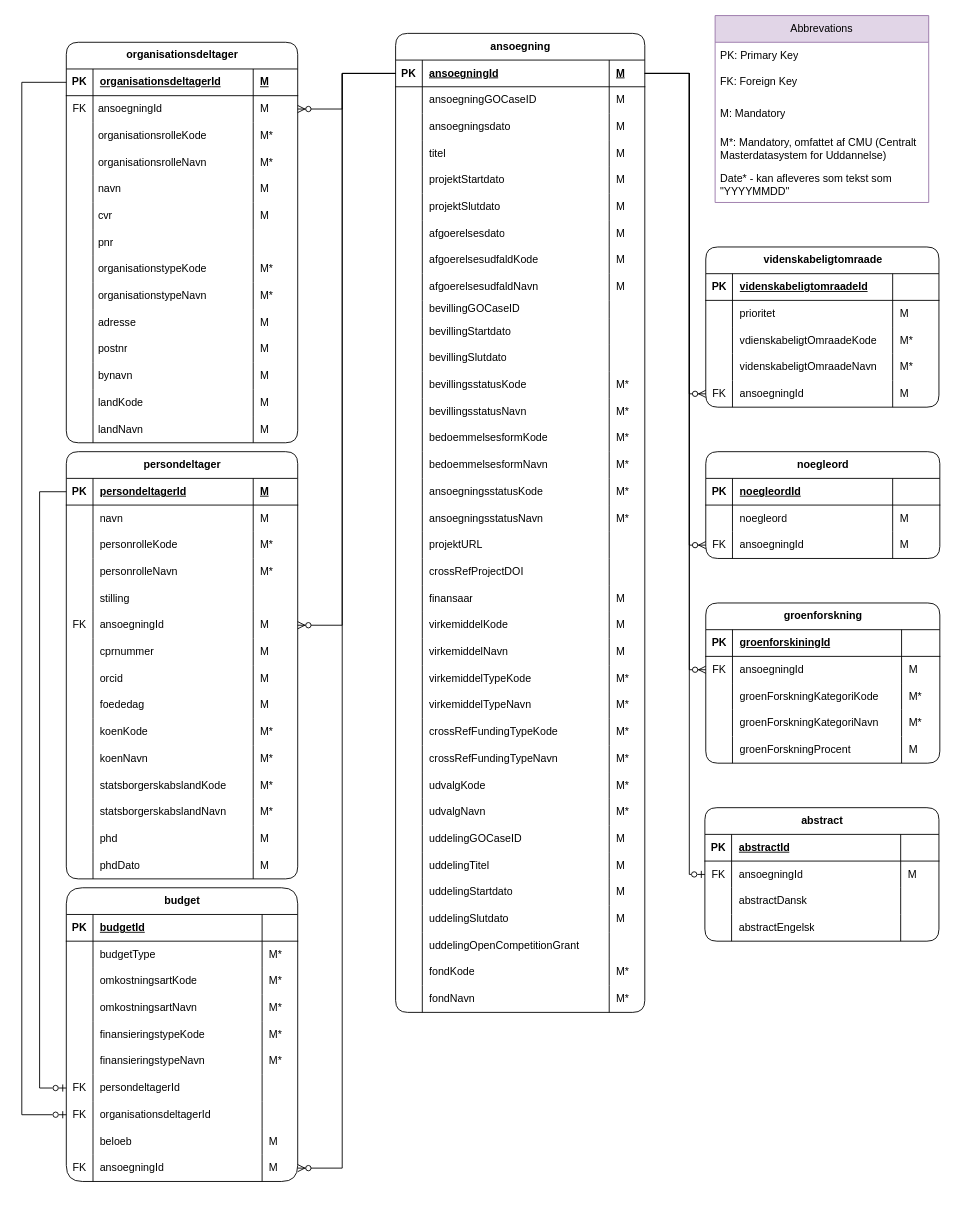
The draw.io diagram page "NY Raw" (4 of 5) of Grants model.drawio in thomas-lange-dk/Grants, before the edit. Source tidied: cells renumbered, new cells numbered last; positions are measured from the earlier drawing's top-left corner, leaving out a move shared by most shapes. Both pictures are drawn from the tidied source at 89%, with x=0, y=0 at pixel (21, 15).
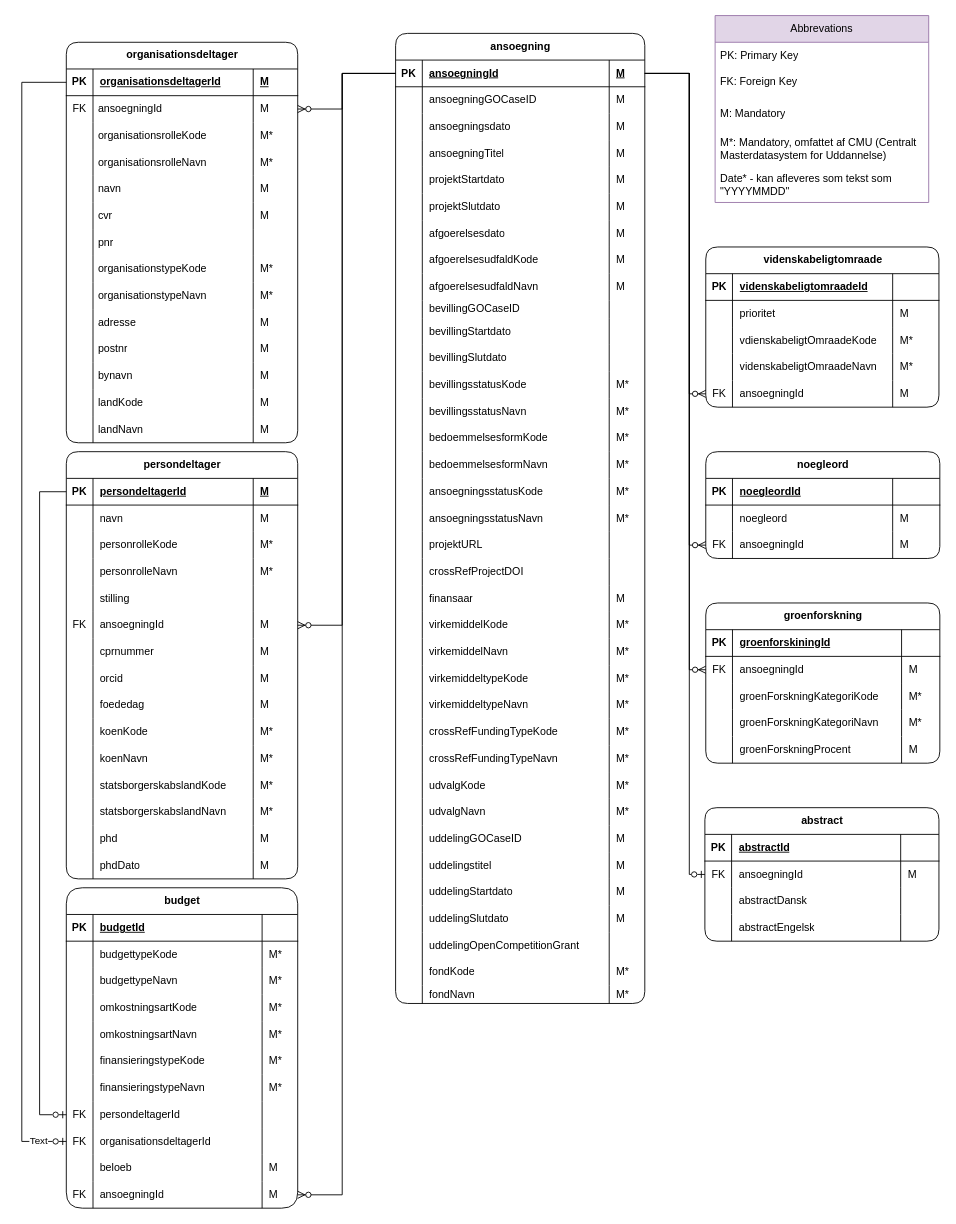
After the change.

The change refers to these unchanged cells:
```xml
<mxCell id="4" value="PK" style="shape=partialRectangle;fillColor=none;top=0;left=0;bottom=0;right=0;fontStyle=1;overflow=hidden;whiteSpace=wrap;html=1;shadow=0;spacingBottom=0;spacingTop=0;" parent="3" vertex="1">
  <mxGeometry width="30" height="30" as="geometry" />
</mxCell>
<mxCell id="102" value="PK" style="shape=partialRectangle;fillColor=none;top=0;left=0;bottom=0;right=0;fontStyle=1;overflow=hidden;whiteSpace=wrap;html=1;shadow=0;" parent="101" vertex="1">
  <mxGeometry width="30" height="30" as="geometry" />
</mxCell>
<mxCell id="113" style="shape=tableRow;horizontal=0;startSize=0;swimlaneHead=0;swimlaneBody=0;fillColor=none;top=0;left=0;right=0;bottom=0;shadow=0;" parent="100" vertex="1">
  <mxGeometry y="120" width="280" height="30" as="geometry" />
</mxCell>
<mxCell id="185" style="shape=tableRow;horizontal=0;startSize=0;swimlaneHead=0;swimlaneBody=0;fillColor=none;top=0;left=0;right=0;bottom=0;shadow=0;" parent="100" vertex="1">
  <mxGeometry y="650" width="280" height="30" as="geometry" />
</mxCell>
<mxCell id="189" style="shape=tableRow;horizontal=0;startSize=0;swimlaneHead=0;swimlaneBody=0;fillColor=none;top=0;left=0;right=0;bottom=0;shadow=0;" parent="100" vertex="1">
  <mxGeometry y="680" width="280" height="30" as="geometry" />
</mxCell>
<mxCell id="193" style="shape=tableRow;horizontal=0;startSize=0;swimlaneHead=0;swimlaneBody=0;fillColor=none;top=0;left=0;right=0;bottom=0;shadow=0;" parent="100" vertex="1">
  <mxGeometry y="710" width="280" height="30" as="geometry" />
</mxCell>
<mxCell id="197" style="shape=tableRow;horizontal=0;startSize=0;swimlaneHead=0;swimlaneBody=0;fillColor=none;top=0;left=0;right=0;bottom=0;shadow=0;" parent="100" vertex="1">
  <mxGeometry y="740" width="280" height="30" as="geometry" />
</mxCell>
<mxCell id="221" style="shape=tableRow;horizontal=0;startSize=0;swimlaneHead=0;swimlaneBody=0;fillColor=none;top=0;left=0;right=0;bottom=0;shadow=0;" parent="100" vertex="1">
  <mxGeometry y="920" width="280" height="30" as="geometry" />
</mxCell>
<mxCell id="247" value="PK" style="shape=partialRectangle;fillColor=none;top=0;left=0;bottom=0;right=0;fontStyle=1;overflow=hidden;whiteSpace=wrap;html=1;shadow=0;" parent="246" vertex="1">
  <mxGeometry width="30" height="30" as="geometry" />
</mxCell>
<mxCell id="311" style="shape=tableRow;horizontal=0;startSize=0;swimlaneHead=0;swimlaneBody=0;fillColor=none;top=0;left=0;right=0;bottom=0;shadow=0;" parent="306" vertex="1">
  <mxGeometry y="60" width="260" height="30" as="geometry" />
</mxCell>
<mxCell id="332" value="FK" style="shape=partialRectangle;fillColor=none;top=0;left=0;bottom=0;right=0;overflow=hidden;whiteSpace=wrap;html=1;shadow=0;" parent="331" vertex="1">
  <mxGeometry width="30" height="30" as="geometry" />
</mxCell>
<mxCell id="336" value="FK" style="shape=partialRectangle;fillColor=none;top=0;left=0;bottom=0;right=0;overflow=hidden;whiteSpace=wrap;html=1;shadow=0;" parent="335" vertex="1">
  <mxGeometry width="30" height="30" as="geometry" />
</mxCell>
<mxCell id="346" value="M" style="shape=partialRectangle;fillColor=none;top=0;left=0;bottom=0;right=0;align=left;spacingLeft=6;overflow=hidden;whiteSpace=wrap;html=1;shadow=0;" parent="343" vertex="1">
  <mxGeometry x="220" width="40" height="30" as="geometry" />
</mxCell>
```

What changed in the source:
```diff
@@
     <mxCell id="100" value="ansoegning" style="shape=table;startSize=30;childLayout=tableLayout;rowLines=0;fontStyle=1;align=center;html=1;swimlaneLine=1;shadow=0;rounded=1;swimlaneFillColor=none;" parent="1" vertex="1">
-      <mxGeometry x="420" y="20" width="280" height="1100" as="geometry" />
+      <mxGeometry x="420" y="20" width="280" height="1090" as="geometry" />
     </mxCell>
@@
-    <mxCell id="115" value="titel" style="shape=partialRectangle;fillColor=none;top=0;left=0;bottom=0;right=0;align=left;spacingLeft=6;overflow=hidden;whiteSpace=wrap;html=1;shadow=0;" parent="113" vertex="1">
+    <mxCell id="115" value="ansoegningTitel" style="shape=partialRectangle;fillColor=none;top=0;left=0;bottom=0;right=0;align=left;spacingLeft=6;overflow=hidden;whiteSpace=wrap;html=1;shadow=0;" parent="113" vertex="1">
       <mxGeometry x="30" width="210" height="30" as="geometry" />
     </mxCell>
@@
-    <mxCell id="188" value="M" style="shape=partialRectangle;fillColor=none;top=0;left=0;bottom=0;right=0;align=left;spacingLeft=6;overflow=hidden;whiteSpace=wrap;html=1;shadow=0;" parent="185" vertex="1">
+    <mxCell id="188" value="M*" style="shape=partialRectangle;fillColor=none;top=0;left=0;bottom=0;right=0;align=left;spacingLeft=6;overflow=hidden;whiteSpace=wrap;html=1;shadow=0;" parent="185" vertex="1">
       <mxGeometry x="240" width="40" height="30" as="geometry" />
     </mxCell>
@@
-    <mxCell id="192" value="M" style="shape=partialRectangle;fillColor=none;top=0;left=0;bottom=0;right=0;align=left;spacingLeft=6;overflow=hidden;whiteSpace=wrap;html=1;shadow=0;" parent="189" vertex="1">
+    <mxCell id="192" value="M*" style="shape=partialRectangle;fillColor=none;top=0;left=0;bottom=0;right=0;align=left;spacingLeft=6;overflow=hidden;whiteSpace=wrap;html=1;shadow=0;" parent="189" vertex="1">
       <mxGeometry x="240" width="40" height="30" as="geometry" />
     </mxCell>
@@
-    <mxCell id="195" value="virkemiddelTypeKode" style="shape=partialRectangle;fillColor=none;top=0;left=0;bottom=0;right=0;align=left;spacingLeft=6;overflow=hidden;whiteSpace=wrap;html=1;shadow=0;" parent="193" vertex="1">
+    <mxCell id="195" value="virkemiddeltypeKode" style="shape=partialRectangle;fillColor=none;top=0;left=0;bottom=0;right=0;align=left;spacingLeft=6;overflow=hidden;whiteSpace=wrap;html=1;shadow=0;" parent="193" vertex="1">
       <mxGeometry x="30" width="210" height="30" as="geometry" />
     </mxCell>
@@
-    <mxCell id="199" value="virkemiddelTypeNavn" style="shape=partialRectangle;fillColor=none;top=0;left=0;bottom=0;right=0;align=left;spacingLeft=6;overflow=hidden;whiteSpace=wrap;html=1;shadow=0;" parent="197" vertex="1">
+    <mxCell id="199" value="virkemiddelt&lt;span style=&quot;background-color: transparent; color: light-dark(rgb(0, 0, 0), rgb(255, 255, 255));&quot;&gt;ypeNavn&lt;/span&gt;" style="shape=partialRectangle;fillColor=none;top=0;left=0;bottom=0;right=0;align=left;spacingLeft=6;overflow=hidden;whiteSpace=wrap;html=1;shadow=0;" parent="197" vertex="1">
       <mxGeometry x="30" width="210" height="30" as="geometry" />
     </mxCell>
@@
-    <mxCell id="223" value="uddelingTitel" style="shape=partialRectangle;fillColor=none;top=0;left=0;bottom=0;right=0;align=left;spacingLeft=6;overflow=hidden;whiteSpace=wrap;html=1;shadow=0;" parent="221" vertex="1">
+    <mxCell id="223" value="uddelingst&lt;span style=&quot;background-color: transparent; color: light-dark(rgb(0, 0, 0), rgb(255, 255, 255));&quot;&gt;itel&lt;/span&gt;" style="shape=partialRectangle;fillColor=none;top=0;left=0;bottom=0;right=0;align=left;spacingLeft=6;overflow=hidden;whiteSpace=wrap;html=1;shadow=0;" parent="221" vertex="1">
       <mxGeometry x="30" width="210" height="30" as="geometry" />
     </mxCell>
@@
     <mxCell id="241" style="shape=tableRow;horizontal=0;startSize=0;swimlaneHead=0;swimlaneBody=0;fillColor=none;top=0;left=0;right=0;bottom=0;shadow=0;" parent="100" vertex="1">
-      <mxGeometry y="1070" width="280" height="30" as="geometry" />
+      <mxGeometry y="1070" width="280" height="20" as="geometry" />
     </mxCell>
     <mxCell id="242" style="shape=partialRectangle;fillColor=none;top=0;left=0;bottom=0;right=0;overflow=hidden;whiteSpace=wrap;html=1;shadow=0;" parent="241" vertex="1">
-      <mxGeometry width="30" height="30" as="geometry" />
+      <mxGeometry width="30" height="20" as="geometry" />
     </mxCell>
     <mxCell id="243" value="fondNavn" style="shape=partialRectangle;fillColor=none;top=0;left=0;bottom=0;right=0;align=left;spacingLeft=6;overflow=hidden;whiteSpace=wrap;html=1;shadow=0;" parent="241" vertex="1">
-      <mxGeometry x="30" width="210" height="30" as="geometry" />
+      <mxGeometry x="30" width="210" height="20" as="geometry" />
     </mxCell>
     <mxCell id="244" value="M*" style="shape=partialRectangle;fillColor=none;top=0;left=0;bottom=0;right=0;align=left;spacingLeft=6;overflow=hidden;whiteSpace=wrap;html=1;shadow=0;" parent="241" vertex="1">
-      <mxGeometry x="240" width="40" height="30" as="geometry" />
+      <mxGeometry x="240" width="40" height="20" as="geometry" />
     </mxCell>
@@
     <mxCell id="306" value="budget" style="shape=table;startSize=30;childLayout=tableLayout;rowLines=0;fontStyle=1;align=center;html=1;shadow=0;rounded=1;arcSize=20;" parent="1" vertex="1">
-      <mxGeometry x="50" y="980" width="260" height="330" as="geometry" />
+      <mxGeometry x="50" y="980" width="260" height="360" as="geometry" />
     </mxCell>
@@
-    <mxCell id="313" value="budgetType" style="shape=partialRectangle;fillColor=none;top=0;left=0;bottom=0;right=0;align=left;spacingLeft=6;overflow=hidden;whiteSpace=wrap;html=1;shadow=0;" parent="311" vertex="1">
+    <mxCell id="313" value="budgettypeKode" style="shape=partialRectangle;fillColor=none;top=0;left=0;bottom=0;right=0;align=left;spacingLeft=6;overflow=hidden;whiteSpace=wrap;html=1;shadow=0;" parent="311" vertex="1">
       <mxGeometry x="30" width="190" height="30" as="geometry" />
     </mxCell>
@@
+    <mxCell id="393" style="shape=tableRow;horizontal=0;startSize=0;swimlaneHead=0;swimlaneBody=0;fillColor=none;top=0;left=0;right=0;bottom=0;shadow=0;" parent="306" vertex="1">
+      <mxGeometry y="90" width="260" height="30" as="geometry" />
+    </mxCell>
+    <mxCell id="394" style="shape=partialRectangle;fillColor=none;top=0;left=0;bottom=0;right=0;overflow=hidden;whiteSpace=wrap;html=1;shadow=0;" parent="393" vertex="1">
+      <mxGeometry width="30" height="30" as="geometry" />
+    </mxCell>
+    <mxCell id="395" value="budgettypeNavn" style="shape=partialRectangle;fillColor=none;top=0;left=0;bottom=0;right=0;align=left;spacingLeft=6;overflow=hidden;whiteSpace=wrap;html=1;shadow=0;" parent="393" vertex="1">
+      <mxGeometry x="30" width="190" height="30" as="geometry" />
+    </mxCell>
+    <mxCell id="396" value="M*" style="shape=partialRectangle;fillColor=none;top=0;left=0;bottom=0;right=0;align=left;spacingLeft=6;overflow=hidden;whiteSpace=wrap;html=1;shadow=0;" parent="393" vertex="1">
+      <mxGeometry x="220" width="40" height="30" as="geometry" />
+    </mxCell>
     <mxCell id="315" style="shape=tableRow;horizontal=0;startSize=0;swimlaneHead=0;swimlaneBody=0;fillColor=none;top=0;left=0;right=0;bottom=0;shadow=0;" parent="306" vertex="1">
-      <mxGeometry y="90" width="260" height="30" as="geometry" />
+      <mxGeometry y="120" width="260" height="30" as="geometry" />
     </mxCell>
@@
     <mxCell id="319" style="shape=tableRow;horizontal=0;startSize=0;swimlaneHead=0;swimlaneBody=0;fillColor=none;top=0;left=0;right=0;bottom=0;shadow=0;" parent="306" vertex="1">
-      <mxGeometry y="120" width="260" height="30" as="geometry" />
+      <mxGeometry y="150" width="260" height="30" as="geometry" />
     </mxCell>
@@
     <mxCell id="323" style="shape=tableRow;horizontal=0;startSize=0;swimlaneHead=0;swimlaneBody=0;fillColor=none;top=0;left=0;right=0;bottom=0;shadow=0;" parent="306" vertex="1">
-      <mxGeometry y="150" width="260" height="30" as="geometry" />
+      <mxGeometry y="180" width="260" height="30" as="geometry" />
     </mxCell>
@@
     <mxCell id="327" style="shape=tableRow;horizontal=0;startSize=0;swimlaneHead=0;swimlaneBody=0;fillColor=none;top=0;left=0;right=0;bottom=0;shadow=0;" parent="306" vertex="1">
-      <mxGeometry y="180" width="260" height="30" as="geometry" />
+      <mxGeometry y="210" width="260" height="30" as="geometry" />
     </mxCell>
@@
     <mxCell id="331" style="shape=tableRow;horizontal=0;startSize=0;swimlaneHead=0;swimlaneBody=0;fillColor=none;top=0;left=0;right=0;bottom=0;shadow=0;" parent="306" vertex="1">
-      <mxGeometry y="210" width="260" height="30" as="geometry" />
+      <mxGeometry y="240" width="260" height="30" as="geometry" />
     </mxCell>
@@
     <mxCell id="335" style="shape=tableRow;horizontal=0;startSize=0;swimlaneHead=0;swimlaneBody=0;fillColor=none;top=0;left=0;right=0;bottom=0;shadow=0;" parent="306" vertex="1">
-      <mxGeometry y="240" width="260" height="30" as="geometry" />
+      <mxGeometry y="270" width="260" height="30" as="geometry" />
     </mxCell>
@@
     <mxCell id="339" style="shape=tableRow;horizontal=0;startSize=0;swimlaneHead=0;swimlaneBody=0;fillColor=none;top=0;left=0;right=0;bottom=0;shadow=0;" parent="306" vertex="1">
-      <mxGeometry y="270" width="260" height="30" as="geometry" />
+      <mxGeometry y="300" width="260" height="30" as="geometry" />
     </mxCell>
@@
     <mxCell id="343" style="shape=tableRow;horizontal=0;startSize=0;swimlaneHead=0;swimlaneBody=0;fillColor=none;top=0;left=0;right=0;bottom=0;shadow=0;" parent="306" vertex="1">
-      <mxGeometry y="300" width="260" height="30" as="geometry" />
+      <mxGeometry y="330" width="260" height="30" as="geometry" />
     </mxCell>
@@
     <mxCell id="350" style="fontSize=12;html=1;endArrow=ERzeroToOne;endFill=0;rounded=0;shadow=0;edgeStyle=orthogonalEdgeStyle;exitX=0;exitY=0.5;exitDx=0;exitDy=0;entryX=0;entryY=0.5;entryDx=0;entryDy=0;" parent="1" edge="1" source="247" target="332">
       <mxGeometry relative="1" as="geometry">
         <Array as="points">
           <mxPoint x="20" y="535" />
-          <mxPoint x="20" y="1205" />
+          <mxPoint x="20" y="1235" />
         </Array>
       </mxGeometry>
     </mxCell>
     <mxCell id="351" style="edgeStyle=orthogonalEdgeStyle;fontSize=12;html=1;endArrow=ERzeroToMany;endFill=1;rounded=0;shadow=0;entryX=1;entryY=0.5;entryDx=0;entryDy=0;exitX=0;exitY=0.5;exitDx=0;exitDy=0;" parent="1" edge="1" source="102" target="346">
       <mxGeometry relative="1" as="geometry">
         <Array as="points">
           <mxPoint x="360" y="65" />
-          <mxPoint x="360" y="1295" />
+          <mxPoint x="360" y="1325" />
         </Array>
       </mxGeometry>
     </mxCell>
     <mxCell id="352" style="fontSize=12;html=1;endArrow=ERzeroToOne;endFill=0;rounded=0;shadow=0;edgeStyle=orthogonalEdgeStyle;exitX=0;exitY=0.5;exitDx=0;exitDy=0;entryX=0;entryY=0.5;entryDx=0;entryDy=0;" parent="1" edge="1" source="4" target="336">
       <mxGeometry relative="1" as="geometry">
         <Array as="points">
           <mxPoint y="75" />
-          <mxPoint y="1235" />
+          <mxPoint y="1265" />
         </Array>
       </mxGeometry>
     </mxCell>
+    <mxCell id="397" value="Text" style="edgeLabel;html=1;align=center;verticalAlign=middle;" parent="352" vertex="1">
+      <mxGeometry x="0.95" y="2" relative="1" as="geometry" />
+    </mxCell>
```
